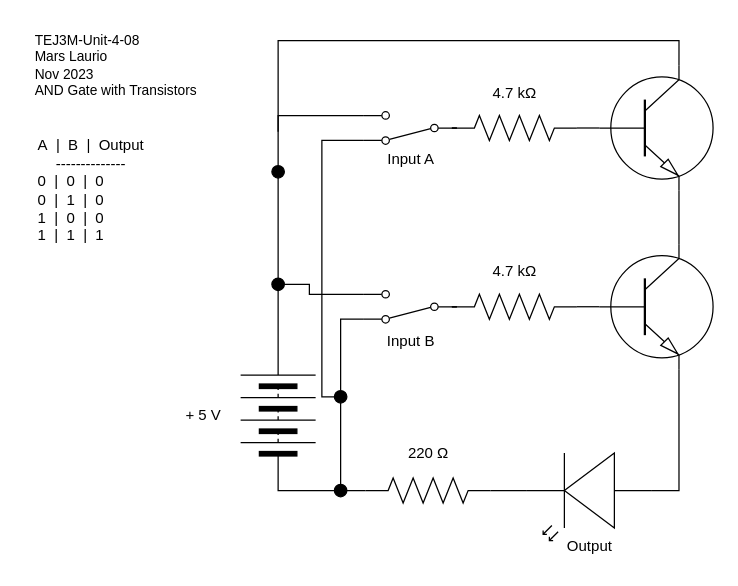
Before: Unit4-08/TEJ3M-Unit-4-08.drawio in Mars-Laurio/TEJ3M-Unit4, a draw.io diagram. Source tidied: cells renumbered, new cells numbered last; positions are measured from the earlier drawing's top-left corner, leaving out a move shared by most shapes. Both pictures are drawn from the tidied source at 125%, with x=0, y=0 at pixel (21, 21).
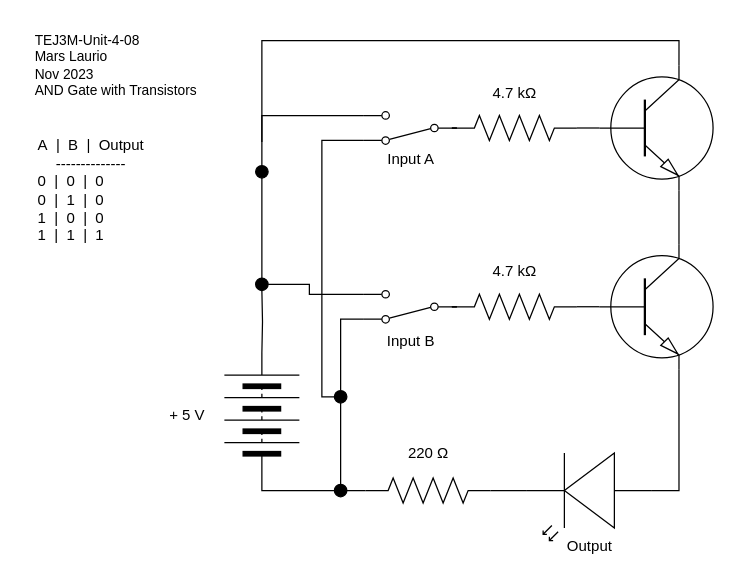
The same diagram, later.

Unchanged cells that the change refers to:
```xml
<mxCell id="9" style="shape=mxgraph.electrical.electro-mechanical.twoWaySwitch;elSwitchState=2;rotation=-180;flipV=0;" parent="1" vertex="1">
  <mxGeometry x="273" y="71.9" width="75" height="26" as="geometry" />
</mxCell>
<mxCell id="17" style="verticalLabelPosition=bottom;shadow=0;dashed=0;align=center;html=1;verticalAlign=top;shape=mxgraph.electrical.transistors.npn_transistor_1;fontFamily=Helvetica;fontSize=11;fontColor=default;" parent="1" vertex="1">
  <mxGeometry x="460" y="34.9" width="95" height="100" as="geometry" />
</mxCell>
<mxCell id="32" style="ellipse;whiteSpace=wrap;html=1;fillColor=#000000;strokeColor=#000000;" parent="1" vertex="1">
  <mxGeometry x="250" y="294.9" width="10" height="10" as="geometry" />
</mxCell>
```

Diff of the diagram source:
```diff
@@
-    <mxCell id="4" style="edgeStyle=orthogonalEdgeStyle;shape=connector;rounded=0;html=1;exitX=1;exitY=0.5;exitDx=0;exitDy=0;entryX=0.5;entryY=1;entryDx=0;entryDy=0;labelBackgroundColor=default;strokeColor=default;fontFamily=Helvetica;fontSize=11;fontColor=default;endArrow=none;endFill=0;" parent="1" edge="1" source="5" target="12">
-      <mxGeometry relative="1" as="geometry" />
+    <mxCell id="4" style="edgeStyle=orthogonalEdgeStyle;shape=connector;rounded=0;html=1;exitX=1;exitY=0.5;exitDx=0;exitDy=0;entryX=0.5;entryY=1;entryDx=0;entryDy=0;labelBackgroundColor=default;strokeColor=default;fontFamily=Helvetica;fontSize=11;fontColor=default;endArrow=none;endFill=0;" parent="1" edge="1" target="12">
+      <mxGeometry relative="1" as="geometry">
+        <mxPoint x="192" y="264.9" as="sourcePoint" />
+      </mxGeometry>
     </mxCell>
     <mxCell id="5" style="verticalLabelPosition=bottom;shadow=0;dashed=0;align=center;html=1;verticalAlign=top;shape=mxgraph.electrical.miscellaneous.batteryStack;rotation=-90;direction=east;" parent="1" vertex="1">
-      <mxGeometry x="155" y="284.9" width="100" height="60" as="geometry" />
+      <mxGeometry x="142" y="284.9" width="100" height="60" as="geometry" />
     </mxCell>
@@
     <mxCell id="8" style="edgeStyle=orthogonalEdgeStyle;shape=connector;rounded=0;html=1;exitX=1;exitY=0.12;exitDx=0;exitDy=0;entryX=0;entryY=0.5;entryDx=0;entryDy=0;labelBackgroundColor=default;strokeColor=default;fontFamily=Helvetica;fontSize=11;fontColor=default;endArrow=none;endFill=0;" parent="1" edge="1" source="9" target="32">
-      <mxGeometry relative="1" as="geometry" />
+      <mxGeometry relative="1" as="geometry">
+        <Array as="points">
+          <mxPoint x="240" y="95" />
+          <mxPoint x="240" y="300" />
+        </Array>
+      </mxGeometry>
     </mxCell>
@@
     <mxCell id="12" style="ellipse;whiteSpace=wrap;html=1;fillColor=#000000;strokeColor=#000000;" parent="1" vertex="1">
-      <mxGeometry x="200" y="204.9" width="10" height="10" as="geometry" />
+      <mxGeometry x="187" y="204.9" width="10" height="10" as="geometry" />
     </mxCell>
     <mxCell id="13" style="edgeStyle=orthogonalEdgeStyle;shape=connector;rounded=0;html=1;exitX=0.5;exitY=0;exitDx=0;exitDy=0;entryX=1;entryY=0.88;entryDx=0;entryDy=0;labelBackgroundColor=default;strokeColor=default;fontFamily=Helvetica;fontSize=11;fontColor=default;endArrow=none;endFill=0;" parent="1" edge="1" source="14" target="9">
       <mxGeometry relative="1" as="geometry">
         <Array as="points">
-          <mxPoint x="205" y="74.9" />
+          <mxPoint x="192" y="75" />
         </Array>
       </mxGeometry>
     </mxCell>
     <mxCell id="14" style="ellipse;whiteSpace=wrap;html=1;fillColor=#000000;strokeColor=#000000;" parent="1" vertex="1">
-      <mxGeometry x="200" y="114.9" width="10" height="10" as="geometry" />
+      <mxGeometry x="187" y="114.9" width="10" height="10" as="geometry" />
     </mxCell>
@@
     <mxCell id="16" style="edgeStyle=orthogonalEdgeStyle;shape=connector;rounded=0;html=1;exitX=0.7;exitY=0;exitDx=0;exitDy=0;exitPerimeter=0;labelBackgroundColor=default;strokeColor=default;fontFamily=Helvetica;fontSize=11;fontColor=default;endArrow=none;endFill=0;" parent="1" edge="1" source="17">
       <mxGeometry relative="1" as="geometry">
-        <mxPoint x="205" y="87.9" as="targetPoint" />
+        <mxPoint x="192" y="96" as="targetPoint" />
         <Array as="points">
-          <mxPoint x="526" y="14.9" />
-          <mxPoint x="205" y="14.9" />
+          <mxPoint x="526" y="15" />
+          <mxPoint x="192" y="15" />
         </Array>
       </mxGeometry>
     </mxCell>
@@
     <mxCell id="34" value="+ 5 V" style="text;html=1;align=center;verticalAlign=middle;strokeColor=none;fillColor=none;" parent="1" vertex="1">
-      <mxGeometry x="120" y="299.9" width="50" height="30" as="geometry" />
+      <mxGeometry x="107" y="299.9" width="50" height="30" as="geometry" />
     </mxCell>
```
